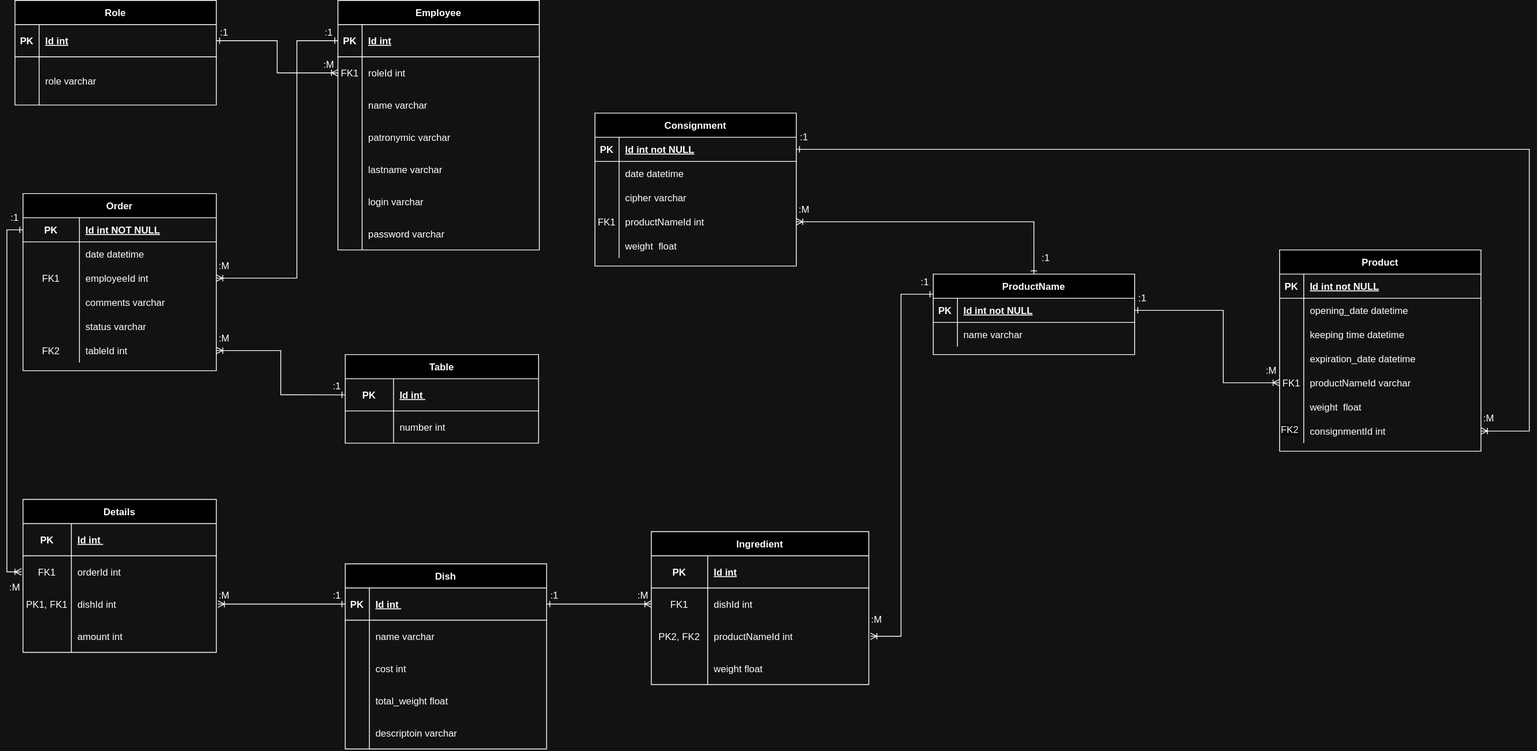
This is ERD СПО.drawio.svg from EkaEkaEkaRy/praktikaFIVE, a draw.io export, as it was before one commit. Source tidied: cells renumbered, new cells last; positions are measured from the earlier drawing's top-left corner, leaving out a move shared by most shapes.
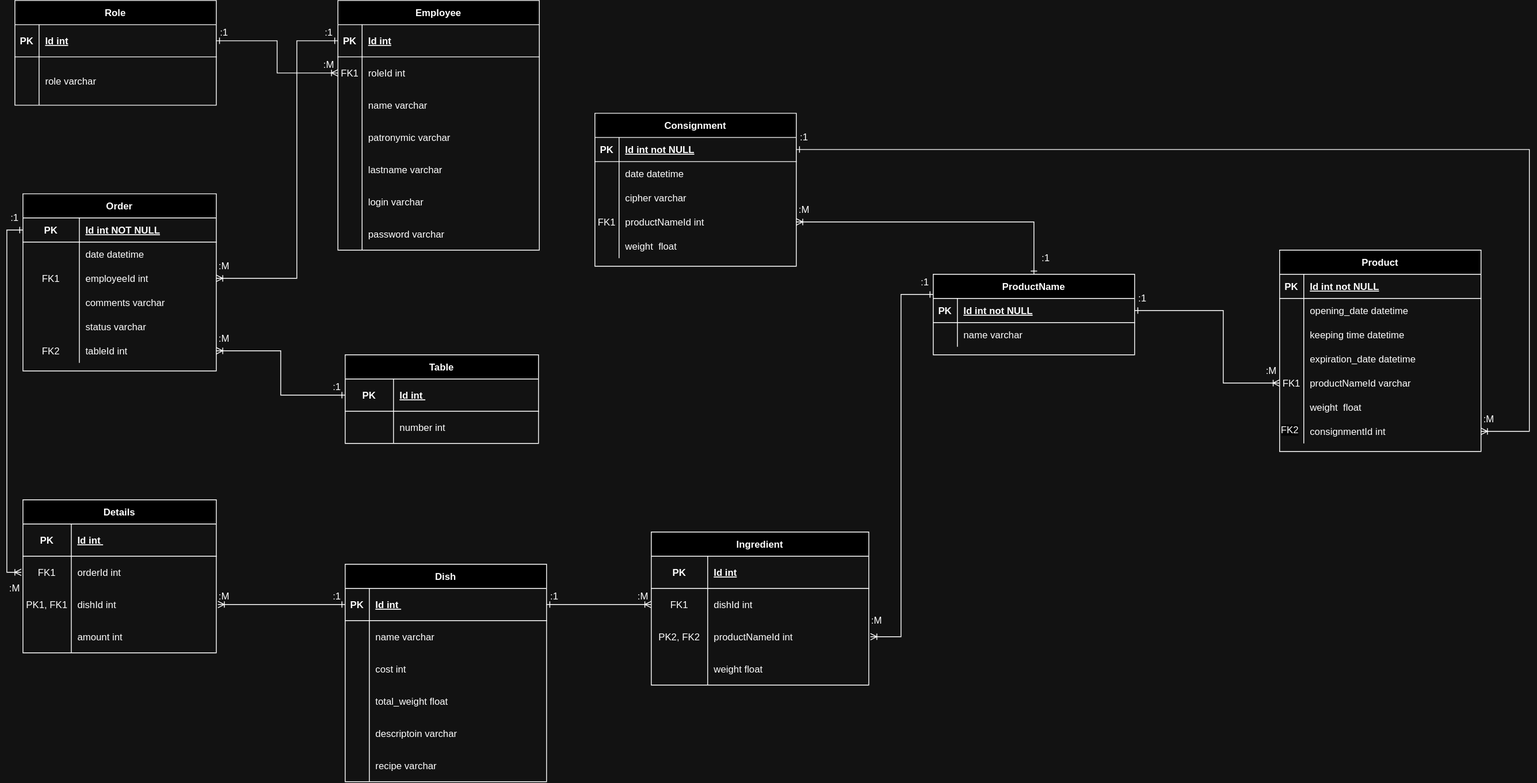
The same file after the commit.

The edit, as a diff of the source:
```diff
@@ -221,7 +221,7 @@
       <mxGeometry x="30" width="220" height="40" as="geometry" />
     </mxCell>
     <mxCell id="73" value="Dish" style="shape=table;startSize=30;rowLines=0;fontStyle=1;align=center;" parent="1" vertex="1">
-      <mxGeometry x="420" y="700" width="250" height="230" as="geometry" />
+      <mxGeometry x="420" y="700" width="250" height="270" as="geometry" />
     </mxCell>
     <mxCell id="74" style="shape=partialRectangle;fillColor=none;points=[[0,0.5],[1,0.5]];portConstraint=eastwest;top=0;left=0;right=0;bottom=1;" parent="73" vertex="1">
       <mxGeometry y="30" width="250" height="40" as="geometry" />
@@ -268,6 +268,15 @@
     <mxCell id="88" value="descriptoin varchar" style="shape=partialRectangle;overflow=hidden;fillColor=none;top=0;left=0;bottom=0;right=0;align=left;spacingLeft=6;strokeWidth=3;" parent="86" vertex="1">
       <mxGeometry x="30" width="220" height="40" as="geometry" />
     </mxCell>
+    <mxCell id="175" style="shape=partialRectangle;fillColor=none;top=0;left=0;right=0;bottom=0;perimeterSpacing=2;" parent="73" vertex="1">
+      <mxGeometry y="230" width="250" height="40" as="geometry" />
+    </mxCell>
+    <mxCell id="176" style="shape=partialRectangle;overflow=hidden;fillColor=none;top=0;left=0;bottom=0;right=0;strokeWidth=3;" parent="175" vertex="1">
+      <mxGeometry width="30" height="40" as="geometry" />
+    </mxCell>
+    <mxCell id="177" value="recipe varchar" style="shape=partialRectangle;overflow=hidden;fillColor=none;top=0;left=0;bottom=0;right=0;align=left;spacingLeft=6;strokeWidth=3;" parent="175" vertex="1">
+      <mxGeometry x="30" width="220" height="40" as="geometry" />
+    </mxCell>
     <mxCell id="89" value="Ingredient" style="shape=table;startSize=30;rowLines=0;fontStyle=1;align=center;" parent="1" vertex="1">
       <mxGeometry x="800" y="660" width="270" height="190" as="geometry" />
     </mxCell>
```
